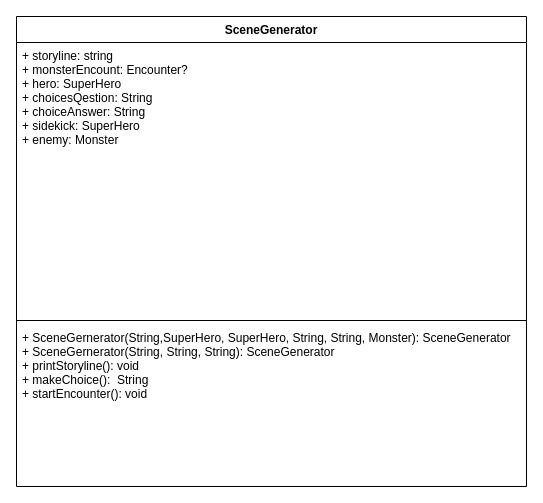
The draw.io diagram Diagrams/SceneGenerator.drawio in wtvamp/DarkGame, before the edit. Source tidied: cells renumbered, new cells numbered last; positions are measured from the earlier drawing's top-left corner, leaving out a move shared by most shapes. Both pictures are drawn from the tidied source at 100%, with x=0, y=0 at pixel (16, 16).
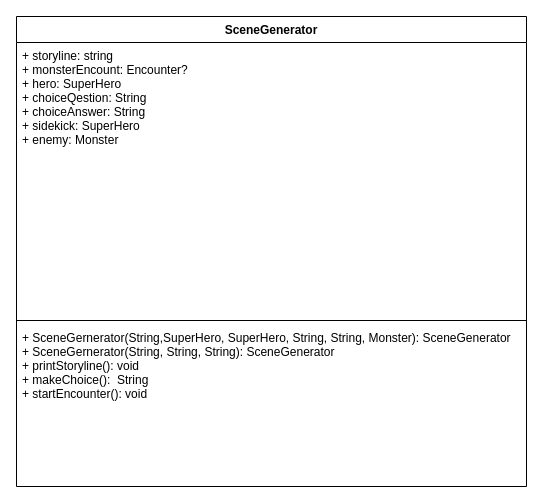
After the change.

Commit message (it also covers changes not shown here):
added methods and constuctors

Diff of the diagram source:
```diff
@@
 <mxGraphModel>
   <root>
     <mxCell id="0" />
     <mxCell id="1" parent="0" />
     <mxCell id="2" value="SceneGenerator" style="swimlane;fontStyle=1;align=center;verticalAlign=top;horizontal=1;startSize=26;" parent="1" vertex="1">
       <mxGeometry width="510" height="470" as="geometry" />
     </mxCell>
-    <mxCell id="3" value="+ storyline: string&#10;+ monsterEncount: Encounter?&#10;+ hero: SuperHero&#10;+ choicesQestion: String&#10;+ choiceAnswer: String&#10;+ sidekick: SuperHero&#10;+ enemy: Monster&#10;&#10;" style="text;strokeColor=none;fillColor=none;align=left;verticalAlign=top;spacingLeft=4;spacingRight=4;overflow=hidden;" parent="2" vertex="1">
+    <mxCell id="3" value="+ storyline: string&#10;+ monsterEncount: Encounter?&#10;+ hero: SuperHero&#10;+ choiceQestion: String&#10;+ choiceAnswer: String&#10;+ sidekick: SuperHero&#10;+ enemy: Monster&#10;&#10;" style="text;strokeColor=none;fillColor=none;align=left;verticalAlign=top;spacingLeft=4;spacingRight=4;overflow=hidden;" parent="2" vertex="1">
       <mxGeometry y="26" width="510" height="274" as="geometry" />
     </mxCell>
     <mxCell id="4" style="line;strokeWidth=1;fillColor=none;align=left;verticalAlign=middle;spacingTop=-1;spacingLeft=3;spacingRight=3;labelPosition=right;" parent="2" vertex="1">
       <mxGeometry y="300" width="510" height="8" as="geometry" />
     </mxCell>
     <mxCell id="5" value="+ SceneGernerator(String,SuperHero, SuperHero, String, String, Monster): SceneGenerator  &#10;+ SceneGernerator(String, String, String): SceneGenerator&#10;+ printStoryline(): void&#10;+ makeChoice():  String  &#10;+ startEncounter(): void&#10;&#10;" style="text;strokeColor=none;fillColor=none;align=left;verticalAlign=top;spacingLeft=4;spacingRight=4;overflow=hidden;" parent="2" vertex="1">
       <mxGeometry y="308" width="510" height="162" as="geometry" />
     </mxCell>
   </root>
 </mxGraphModel>
```
